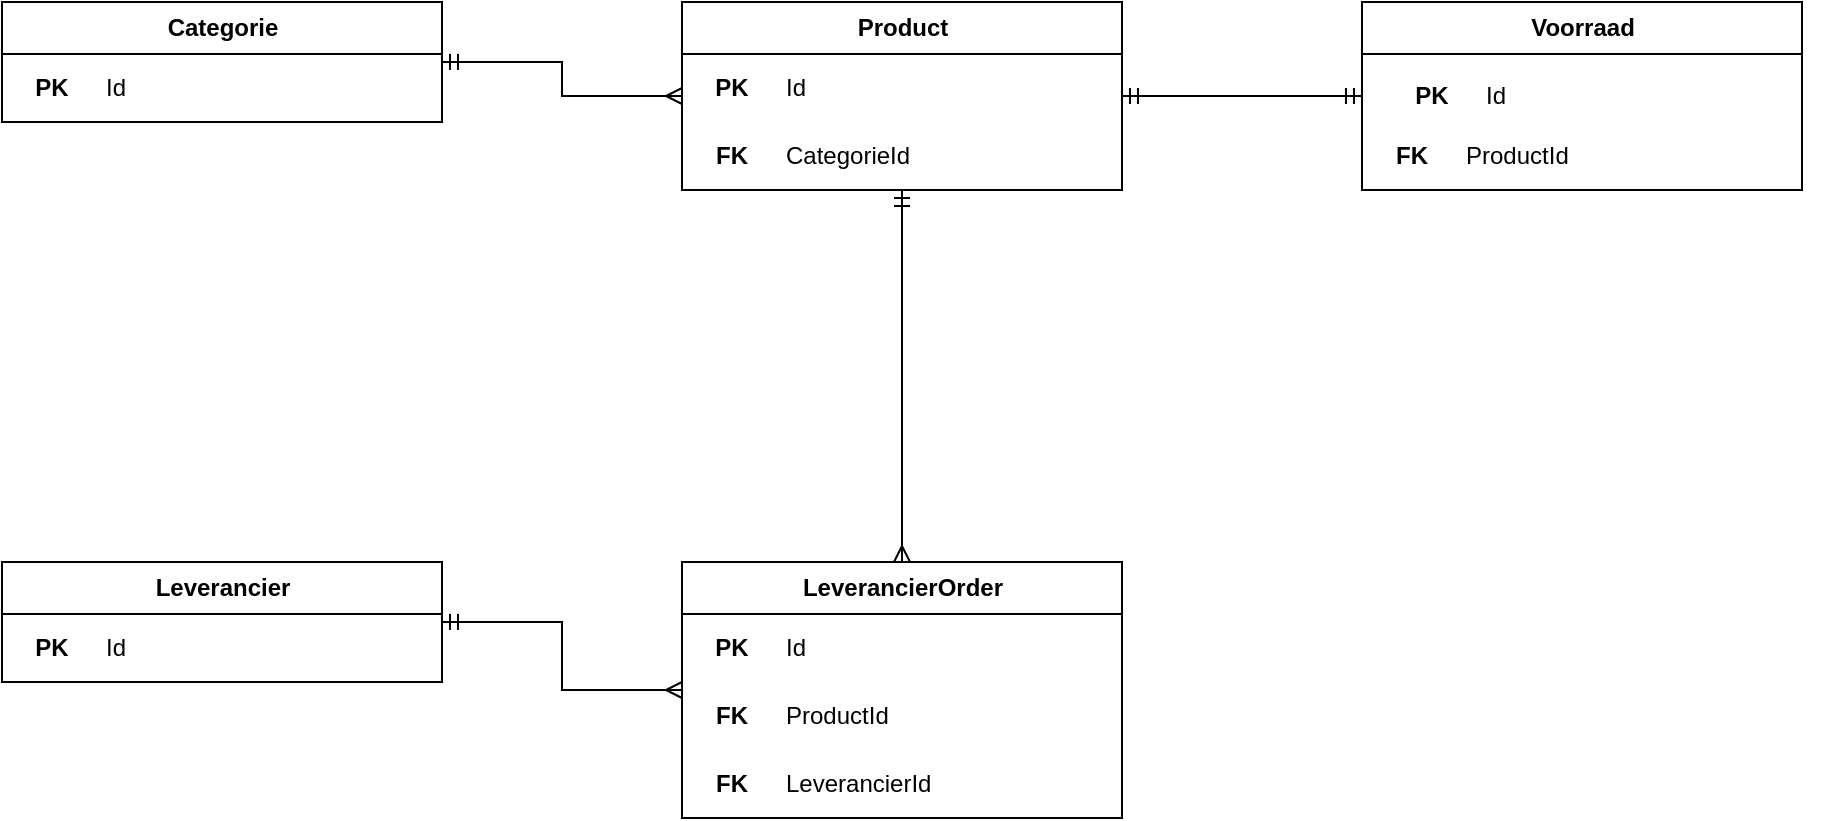
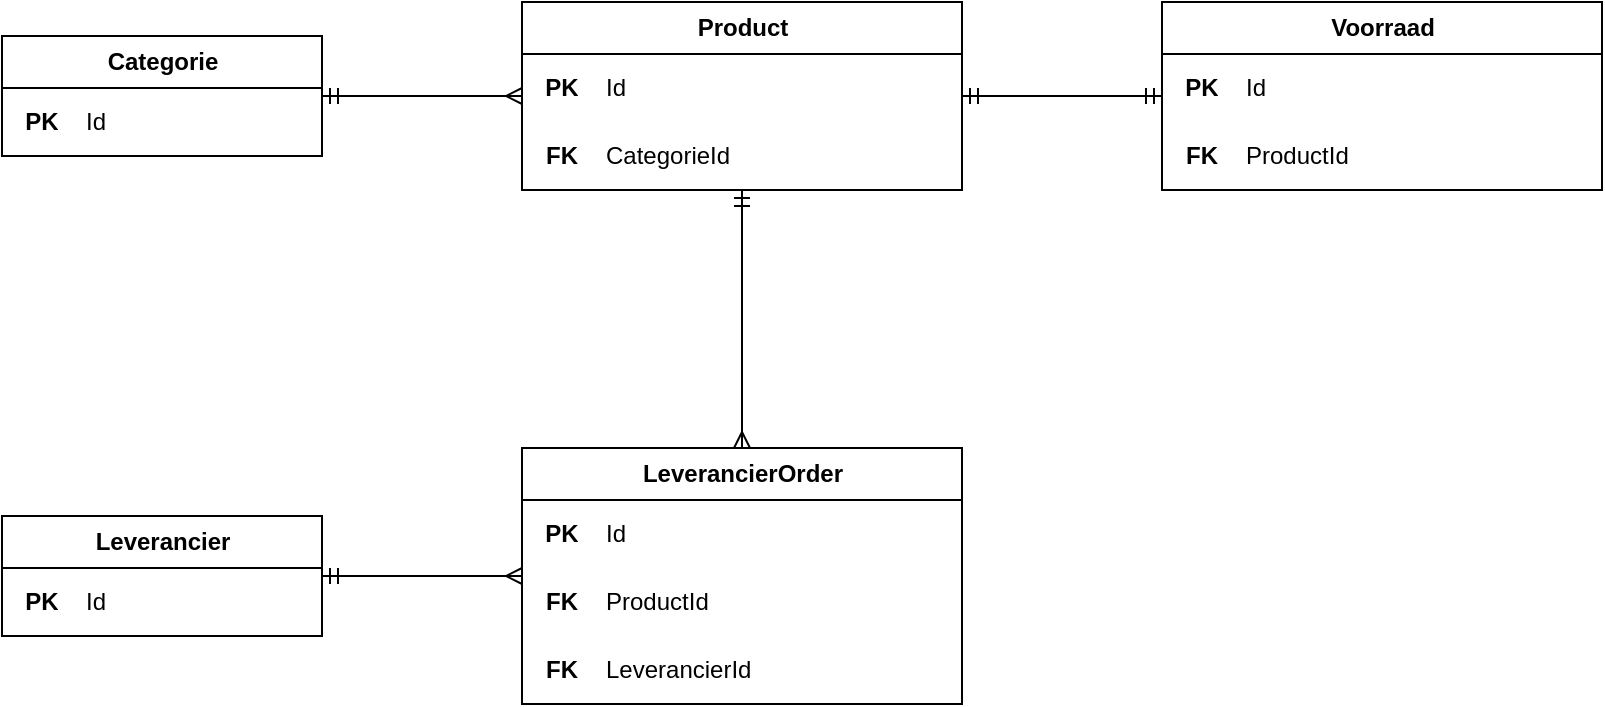
<mxfile host="65bd71144e">
    <diagram id="ProductERD" name="Product ERD">
-         <mxGraphModel dx="925" dy="1309" grid="1" gridSize="10" guides="1" tooltips="1" connect="1" arrows="1" fold="1" page="1" pageScale="1" pageWidth="827" pageHeight="1169" math="0" shadow="0">
+         <mxGraphModel dx="1212" dy="800" grid="1" gridSize="10" guides="1" tooltips="1" connect="1" arrows="1" fold="1" page="1" pageScale="1" pageWidth="827" pageHeight="1169" math="0" shadow="0">
            <root>
                <mxCell id="0"/>
                <mxCell id="1" parent="0"/>
+ 
+                 <!-- Table: Categorie -->
                <mxCell id="cat" value="Categorie" style="swimlane;childLayout=listLayout;collapsible=0;connectable=0;horizontal=1;startSize=26;fillColor=#ffffff;strokeColor=#000000;fontStyle=1;html=1;" parent="1" vertex="1">
-                     <mxGeometry x="60" y="60" width="220" height="60" as="geometry"/>
+                     <mxGeometry x="100" y="100" width="160" height="60" as="geometry"/>
                </mxCell>
-                 <mxCell id="cat_r1" value="" style="shape=partialRectangle;top=0;left=0;bottom=0;right=0;fillColor=none;align=left;verticalAlign=top;spacingLeft=4;spacingRight=4;overflow=hidden;rotatable=0;points=[];portConstraint=eastwest;html=1;" vertex="1" parent="cat">
+                 <mxCell id="cat_r1" value="" style="shape=partialRectangle;top=0;left=0;bottom=0;right=0;fillColor=none;align=left;verticalAlign=top;spacingLeft=4;spacingRight=4;overflow=hidden;rotatable=0;points=[];portConstraint=eastwest;html=1;" parent="cat" vertex="1">
+                     <mxGeometry y="26" width="160" height="34" as="geometry"/>
+                 </mxCell>
+                 <mxCell id="cat_r1_k" value="PK" style="shape=partialRectangle;top=0;left=0;bottom=0;right=0;fillColor=none;align=center;verticalAlign=middle;fontStyle=1;overflow=hidden;connectable=0;html=1;" parent="cat_r1" vertex="1">
+                     <mxGeometry width="40" height="34" as="geometry"/>
+                 </mxCell>
+                 <mxCell id="cat_r1_v" value="Id" style="shape=partialRectangle;top=0;left=0;bottom=0;right=0;fillColor=none;align=left;verticalAlign=middle;overflow=hidden;connectable=0;html=1;" parent="cat_r1" vertex="1">
+                     <mxGeometry x="40" width="120" height="34" as="geometry"/>
+                 </mxCell>
+ 
+                 <!-- Table: Product -->
+                 <mxCell id="prod" value="Product" style="swimlane;childLayout=listLayout;collapsible=0;connectable=0;horizontal=1;startSize=26;fillColor=#ffffff;strokeColor=#000000;fontStyle=1;html=1;" parent="1" vertex="1">
+                     <mxGeometry x="360" y="83" width="220" height="94" as="geometry"/>
+                 </mxCell>
+                 <mxCell id="prod_r1" value="" style="shape=partialRectangle;top=0;left=0;bottom=0;right=0;fillColor=none;align=left;verticalAlign=top;spacingLeft=4;spacingRight=4;overflow=hidden;rotatable=0;points=[];portConstraint=eastwest;html=1;" parent="prod" vertex="1">
                    <mxGeometry y="26" width="220" height="34" as="geometry"/>
                </mxCell>
-                 <mxCell id="cat_r1_k" value="PK" style="shape=partialRectangle;top=0;left=0;bottom=0;right=0;fillColor=none;align=center;verticalAlign=middle;fontStyle=1;overflow=hidden;connectable=0;html=1;" vertex="1" parent="cat_r1">
-                     <mxGeometry width="50" height="34" as="geometry"/>
+                 <mxCell id="prod_r1_k" value="PK" style="shape=partialRectangle;top=0;left=0;bottom=0;right=0;fillColor=none;align=center;verticalAlign=middle;fontStyle=1;overflow=hidden;connectable=0;html=1;" parent="prod_r1" vertex="1">
+                     <mxGeometry width="40" height="34" as="geometry"/>
                </mxCell>
-                 <mxCell id="cat_r1_v" value="Id" style="shape=partialRectangle;top=0;left=0;bottom=0;right=0;fillColor=none;align=left;verticalAlign=middle;overflow=hidden;connectable=0;html=1;" vertex="1" parent="cat_r1">
-                     <mxGeometry x="50" width="170" height="34" as="geometry"/>
+                 <mxCell id="prod_r1_v" value="Id" style="shape=partialRectangle;top=0;left=0;bottom=0;right=0;fillColor=none;align=left;verticalAlign=middle;overflow=hidden;connectable=0;html=1;" parent="prod_r1" vertex="1">
+                     <mxGeometry x="40" width="180" height="34" as="geometry"/>
                </mxCell>
-                 <mxCell id="prod" value="Product" style="swimlane;childLayout=listLayout;collapsible=0;connectable=0;horizontal=1;startSize=26;fillColor=#ffffff;strokeColor=#000000;fontStyle=1;html=1;" parent="1" vertex="1">
-                     <mxGeometry x="400" y="60" width="220" height="94" as="geometry"/>
+                 <mxCell id="prod_r2" value="" style="shape=partialRectangle;top=0;left=0;bottom=0;right=0;fillColor=none;align=left;verticalAlign=top;spacingLeft=4;spacingRight=4;overflow=hidden;rotatable=0;points=[];portConstraint=eastwest;html=1;" parent="prod" vertex="1">
+                     <mxGeometry y="60" width="220" height="34" as="geometry"/>
                </mxCell>
-                 <mxCell id="prod_r1" value="" style="shape=partialRectangle;top=0;left=0;bottom=0;right=0;fillColor=none;align=left;verticalAlign=top;spacingLeft=4;spacingRight=4;overflow=hidden;rotatable=0;points=[];portConstraint=eastwest;html=1;" vertex="1" parent="prod">
+                 <mxCell id="prod_r2_k" value="FK" style="shape=partialRectangle;top=0;left=0;bottom=0;right=0;fillColor=none;align=center;verticalAlign=middle;fontStyle=1;overflow=hidden;connectable=0;html=1;" parent="prod_r2" vertex="1">
+                     <mxGeometry width="40" height="34" as="geometry"/>
+                 </mxCell>
+                 <mxCell id="prod_r2_v" value="CategorieId" style="shape=partialRectangle;top=0;left=0;bottom=0;right=0;fillColor=none;align=left;verticalAlign=middle;overflow=hidden;connectable=0;html=1;" parent="prod_r2" vertex="1">
+                     <mxGeometry x="40" width="180" height="34" as="geometry"/>
+                 </mxCell>
+ 
+                 <!-- Table: Voorraad -->
+                 <mxCell id="voor" value="Voorraad" style="swimlane;childLayout=listLayout;collapsible=0;connectable=0;horizontal=1;startSize=26;fillColor=#ffffff;strokeColor=#000000;fontStyle=1;html=1;" parent="1" vertex="1">
+                     <mxGeometry x="680" y="83" width="220" height="94" as="geometry"/>
+                 </mxCell>
+                 <mxCell id="voor_r1" value="" style="shape=partialRectangle;top=0;left=0;bottom=0;right=0;fillColor=none;align=left;verticalAlign=top;spacingLeft=4;spacingRight=4;overflow=hidden;rotatable=0;points=[];portConstraint=eastwest;html=1;" parent="voor" vertex="1">
                    <mxGeometry y="26" width="220" height="34" as="geometry"/>
                </mxCell>
-                 <mxCell id="prod_r1_k" value="PK" style="shape=partialRectangle;top=0;left=0;bottom=0;right=0;fillColor=none;align=center;verticalAlign=middle;fontStyle=1;overflow=hidden;connectable=0;html=1;" vertex="1" parent="prod_r1">
-                     <mxGeometry width="50" height="34" as="geometry"/>
+                 <mxCell id="voor_r1_k" value="PK" style="shape=partialRectangle;top=0;left=0;bottom=0;right=0;fillColor=none;align=center;verticalAlign=middle;fontStyle=1;overflow=hidden;connectable=0;html=1;" parent="voor_r1" vertex="1">
+                     <mxGeometry width="40" height="34" as="geometry"/>
                </mxCell>
-                 <mxCell id="prod_r1_v" value="Id" style="shape=partialRectangle;top=0;left=0;bottom=0;right=0;fillColor=none;align=left;verticalAlign=middle;overflow=hidden;connectable=0;html=1;" vertex="1" parent="prod_r1">
-                     <mxGeometry x="50" width="170" height="34" as="geometry"/>
+                 <mxCell id="voor_r1_v" value="Id" style="shape=partialRectangle;top=0;left=0;bottom=0;right=0;fillColor=none;align=left;verticalAlign=middle;overflow=hidden;connectable=0;html=1;" parent="voor_r1" vertex="1">
+                     <mxGeometry x="40" width="180" height="34" as="geometry"/>
                </mxCell>
-                 <mxCell id="prod_r2" value="" style="shape=partialRectangle;top=0;left=0;bottom=0;right=0;fillColor=none;align=left;verticalAlign=top;spacingLeft=4;spacingRight=4;overflow=hidden;rotatable=0;points=[];portConstraint=eastwest;html=1;" vertex="1" parent="prod">
+                 <mxCell id="voor_r2" value="" style="shape=partialRectangle;top=0;left=0;bottom=0;right=0;fillColor=none;align=left;verticalAlign=top;spacingLeft=4;spacingRight=4;overflow=hidden;rotatable=0;points=[];portConstraint=eastwest;html=1;" parent="voor" vertex="1">
                    <mxGeometry y="60" width="220" height="34" as="geometry"/>
                </mxCell>
-                 <mxCell id="prod_r2_k" value="FK" style="shape=partialRectangle;top=0;left=0;bottom=0;right=0;fillColor=none;align=center;verticalAlign=middle;fontStyle=1;overflow=hidden;connectable=0;html=1;" vertex="1" parent="prod_r2">
-                     <mxGeometry width="50" height="34" as="geometry"/>
+                 <mxCell id="voor_r2_k" value="FK" style="shape=partialRectangle;top=0;left=0;bottom=0;right=0;fillColor=none;align=center;verticalAlign=middle;fontStyle=1;overflow=hidden;connectable=0;html=1;" parent="voor_r2" vertex="1">
+                     <mxGeometry width="40" height="34" as="geometry"/>
                </mxCell>
-                 <mxCell id="prod_r2_v" value="CategorieId" style="shape=partialRectangle;top=0;left=0;bottom=0;right=0;fillColor=none;align=left;verticalAlign=middle;overflow=hidden;connectable=0;html=1;" vertex="1" parent="prod_r2">
-                     <mxGeometry x="50" width="170" height="34" as="geometry"/>
+                 <mxCell id="voor_r2_v" value="ProductId" style="shape=partialRectangle;top=0;left=0;bottom=0;right=0;fillColor=none;align=left;verticalAlign=middle;overflow=hidden;connectable=0;html=1;" parent="voor_r2" vertex="1">
+                     <mxGeometry x="40" width="180" height="34" as="geometry"/>
                </mxCell>
-                 <mxCell id="voor" value="Voorraad" style="swimlane;childLayout=listLayout;collapsible=0;connectable=0;horizontal=1;startSize=26;fillColor=#ffffff;strokeColor=#000000;fontStyle=1;html=1;" parent="1" vertex="1">
-                     <mxGeometry x="740" y="60" width="220" height="94" as="geometry"/>
+ 
+                 <!-- Table: Leverancier -->
+                 <mxCell id="lev" value="Leverancier" style="swimlane;childLayout=listLayout;collapsible=0;connectable=0;horizontal=1;startSize=26;fillColor=#ffffff;strokeColor=#000000;fontStyle=1;html=1;" parent="1" vertex="1">
+                     <mxGeometry x="100" y="340" width="160" height="60" as="geometry"/>
                </mxCell>
-                 <mxCell id="voor_r1" value="" style="shape=partialRectangle;top=0;left=0;bottom=0;right=0;fillColor=none;align=left;verticalAlign=top;spacingLeft=4;spacingRight=4;overflow=hidden;rotatable=0;points=[];portConstraint=eastwest;html=1;" vertex="1" parent="voor">
-                     <mxGeometry x="10" y="30" width="220" height="34" as="geometry"/>
+                 <mxCell id="lev_r1" value="" style="shape=partialRectangle;top=0;left=0;bottom=0;right=0;fillColor=none;align=left;verticalAlign=top;spacingLeft=4;spacingRight=4;overflow=hidden;rotatable=0;points=[];portConstraint=eastwest;html=1;" parent="lev" vertex="1">
+                     <mxGeometry y="26" width="160" height="34" as="geometry"/>
                </mxCell>
-                 <mxCell id="voor_r1_k" value="PK" style="shape=partialRectangle;top=0;left=0;bottom=0;right=0;fillColor=none;align=center;verticalAlign=middle;fontStyle=1;overflow=hidden;connectable=0;html=1;" vertex="1" parent="voor_r1">
-                     <mxGeometry width="50" height="34" as="geometry"/>
+                 <mxCell id="lev_r1_k" value="PK" style="shape=partialRectangle;top=0;left=0;bottom=0;right=0;fillColor=none;align=center;verticalAlign=middle;fontStyle=1;overflow=hidden;connectable=0;html=1;" parent="lev_r1" vertex="1">
+                     <mxGeometry width="40" height="34" as="geometry"/>
                </mxCell>
-                 <mxCell id="voor_r1_v" value="Id" style="shape=partialRectangle;top=0;left=0;bottom=0;right=0;fillColor=none;align=left;verticalAlign=middle;overflow=hidden;connectable=0;html=1;" vertex="1" parent="voor_r1">
-                     <mxGeometry x="50" width="170" height="34" as="geometry"/>
+                 <mxCell id="lev_r1_v" value="Id" style="shape=partialRectangle;top=0;left=0;bottom=0;right=0;fillColor=none;align=left;verticalAlign=middle;overflow=hidden;connectable=0;html=1;" parent="lev_r1" vertex="1">
+                     <mxGeometry x="40" width="120" height="34" as="geometry"/>
                </mxCell>
-                 <mxCell id="voor_r2" value="" style="shape=partialRectangle;top=0;left=0;bottom=0;right=0;fillColor=none;align=left;verticalAlign=top;spacingLeft=4;spacingRight=4;overflow=hidden;rotatable=0;points=[];portConstraint=eastwest;html=1;" vertex="1" parent="voor">
+ 
+                 <!-- Table: LeverancierOrder -->
+                 <mxCell id="order" value="LeverancierOrder" style="swimlane;childLayout=listLayout;collapsible=0;connectable=0;horizontal=1;startSize=26;fillColor=#ffffff;strokeColor=#000000;fontStyle=1;html=1;" parent="1" vertex="1">
+                     <mxGeometry x="360" y="306" width="220" height="128" as="geometry"/>
+                 </mxCell>
+                 <mxCell id="order_r1" value="" style="shape=partialRectangle;top=0;left=0;bottom=0;right=0;fillColor=none;align=left;verticalAlign=top;spacingLeft=4;spacingRight=4;overflow=hidden;rotatable=0;points=[];portConstraint=eastwest;html=1;" parent="order" vertex="1">
+                     <mxGeometry y="26" width="220" height="34" as="geometry"/>
+                 </mxCell>
+                 <mxCell id="order_r1_k" value="PK" style="shape=partialRectangle;top=0;left=0;bottom=0;right=0;fillColor=none;align=center;verticalAlign=middle;fontStyle=1;overflow=hidden;connectable=0;html=1;" parent="order_r1" vertex="1">
+                     <mxGeometry width="40" height="34" as="geometry"/>
+                 </mxCell>
+                 <mxCell id="order_r1_v" value="Id" style="shape=partialRectangle;top=0;left=0;bottom=0;right=0;fillColor=none;align=left;verticalAlign=middle;overflow=hidden;connectable=0;html=1;" parent="order_r1" vertex="1">
+                     <mxGeometry x="40" width="180" height="34" as="geometry"/>
+                 </mxCell>
+                 <mxCell id="order_r2" value="" style="shape=partialRectangle;top=0;left=0;bottom=0;right=0;fillColor=none;align=left;verticalAlign=top;spacingLeft=4;spacingRight=4;overflow=hidden;rotatable=0;points=[];portConstraint=eastwest;html=1;" parent="order" vertex="1">
                    <mxGeometry y="60" width="220" height="34" as="geometry"/>
                </mxCell>
-                 <mxCell id="voor_r2_k" value="FK" style="shape=partialRectangle;top=0;left=0;bottom=0;right=0;fillColor=none;align=center;verticalAlign=middle;fontStyle=1;overflow=hidden;connectable=0;html=1;" vertex="1" parent="voor_r2">
-                     <mxGeometry width="50" height="34" as="geometry"/>
+                 <mxCell id="order_r2_k" value="FK" style="shape=partialRectangle;top=0;left=0;bottom=0;right=0;fillColor=none;align=center;verticalAlign=middle;fontStyle=1;overflow=hidden;connectable=0;html=1;" parent="order_r2" vertex="1">
+                     <mxGeometry width="40" height="34" as="geometry"/>
                </mxCell>
-                 <mxCell id="voor_r2_v" value="ProductId" style="shape=partialRectangle;top=0;left=0;bottom=0;right=0;fillColor=none;align=left;verticalAlign=middle;overflow=hidden;connectable=0;html=1;" vertex="1" parent="voor_r2">
-                     <mxGeometry x="50" width="170" height="34" as="geometry"/>
+                 <mxCell id="order_r2_v" value="ProductId" style="shape=partialRectangle;top=0;left=0;bottom=0;right=0;fillColor=none;align=left;verticalAlign=middle;overflow=hidden;connectable=0;html=1;" parent="order_r2" vertex="1">
+                     <mxGeometry x="40" width="180" height="34" as="geometry"/>
                </mxCell>
-                 <mxCell id="lev" value="Leverancier" style="swimlane;childLayout=listLayout;collapsible=0;connectable=0;horizontal=1;startSize=26;fillColor=#ffffff;strokeColor=#000000;fontStyle=1;html=1;" parent="1" vertex="1">
-                     <mxGeometry x="60" y="340" width="220" height="60" as="geometry"/>
-                 </mxCell>
-                 <mxCell id="lev_r1" value="" style="shape=partialRectangle;top=0;left=0;bottom=0;right=0;fillColor=none;align=left;verticalAlign=top;spacingLeft=4;spacingRight=4;overflow=hidden;rotatable=0;points=[];portConstraint=eastwest;html=1;" vertex="1" parent="lev">
-                     <mxGeometry y="26" width="220" height="34" as="geometry"/>
-                 </mxCell>
-                 <mxCell id="lev_r1_k" value="PK" style="shape=partialRectangle;top=0;left=0;bottom=0;right=0;fillColor=none;align=center;verticalAlign=middle;fontStyle=1;overflow=hidden;connectable=0;html=1;" vertex="1" parent="lev_r1">
-                     <mxGeometry width="50" height="34" as="geometry"/>
-                 </mxCell>
-                 <mxCell id="lev_r1_v" value="Id" style="shape=partialRectangle;top=0;left=0;bottom=0;right=0;fillColor=none;align=left;verticalAlign=middle;overflow=hidden;connectable=0;html=1;" vertex="1" parent="lev_r1">
-                     <mxGeometry x="50" width="170" height="34" as="geometry"/>
-                 </mxCell>
-                 <mxCell id="order" value="LeverancierOrder" style="swimlane;childLayout=listLayout;collapsible=0;connectable=0;horizontal=1;startSize=26;fillColor=#ffffff;strokeColor=#000000;fontStyle=1;html=1;" parent="1" vertex="1">
-                     <mxGeometry x="400" y="340" width="220" height="128" as="geometry"/>
-                 </mxCell>
-                 <mxCell id="order_r1" value="" style="shape=partialRectangle;top=0;left=0;bottom=0;right=0;fillColor=none;align=left;verticalAlign=top;spacingLeft=4;spacingRight=4;overflow=hidden;rotatable=0;points=[];portConstraint=eastwest;html=1;" vertex="1" parent="order">
-                     <mxGeometry y="26" width="220" height="34" as="geometry"/>
-                 </mxCell>
-                 <mxCell id="order_r1_k" value="PK" style="shape=partialRectangle;top=0;left=0;bottom=0;right=0;fillColor=none;align=center;verticalAlign=middle;fontStyle=1;overflow=hidden;connectable=0;html=1;" vertex="1" parent="order_r1">
-                     <mxGeometry width="50" height="34" as="geometry"/>
-                 </mxCell>
-                 <mxCell id="order_r1_v" value="Id" style="shape=partialRectangle;top=0;left=0;bottom=0;right=0;fillColor=none;align=left;verticalAlign=middle;overflow=hidden;connectable=0;html=1;" vertex="1" parent="order_r1">
-                     <mxGeometry x="50" width="170" height="34" as="geometry"/>
-                 </mxCell>
-                 <mxCell id="order_r2" value="" style="shape=partialRectangle;top=0;left=0;bottom=0;right=0;fillColor=none;align=left;verticalAlign=top;spacingLeft=4;spacingRight=4;overflow=hidden;rotatable=0;points=[];portConstraint=eastwest;html=1;" vertex="1" parent="order">
-                     <mxGeometry y="60" width="220" height="34" as="geometry"/>
-                 </mxCell>
-                 <mxCell id="order_r2_k" value="FK" style="shape=partialRectangle;top=0;left=0;bottom=0;right=0;fillColor=none;align=center;verticalAlign=middle;fontStyle=1;overflow=hidden;connectable=0;html=1;" vertex="1" parent="order_r2">
-                     <mxGeometry width="50" height="34" as="geometry"/>
-                 </mxCell>
-                 <mxCell id="order_r2_v" value="ProductId" style="shape=partialRectangle;top=0;left=0;bottom=0;right=0;fillColor=none;align=left;verticalAlign=middle;overflow=hidden;connectable=0;html=1;" vertex="1" parent="order_r2">
-                     <mxGeometry x="50" width="170" height="34" as="geometry"/>
-                 </mxCell>
-                 <mxCell id="order_r3" value="" style="shape=partialRectangle;top=0;left=0;bottom=0;right=0;fillColor=none;align=left;verticalAlign=top;spacingLeft=4;spacingRight=4;overflow=hidden;rotatable=0;points=[];portConstraint=eastwest;html=1;" vertex="1" parent="order">
+                 <mxCell id="order_r3" value="" style="shape=partialRectangle;top=0;left=0;bottom=0;right=0;fillColor=none;align=left;verticalAlign=top;spacingLeft=4;spacingRight=4;overflow=hidden;rotatable=0;points=[];portConstraint=eastwest;html=1;" parent="order" vertex="1">
                    <mxGeometry y="94" width="220" height="34" as="geometry"/>
                </mxCell>
-                 <mxCell id="order_r3_k" value="FK" style="shape=partialRectangle;top=0;left=0;bottom=0;right=0;fillColor=none;align=center;verticalAlign=middle;fontStyle=1;overflow=hidden;connectable=0;html=1;" vertex="1" parent="order_r3">
-                     <mxGeometry width="50" height="34" as="geometry"/>
+                 <mxCell id="order_r3_k" value="FK" style="shape=partialRectangle;top=0;left=0;bottom=0;right=0;fillColor=none;align=center;verticalAlign=middle;fontStyle=1;overflow=hidden;connectable=0;html=1;" parent="order_r3" vertex="1">
+                     <mxGeometry width="40" height="34" as="geometry"/>
                </mxCell>
-                 <mxCell id="order_r3_v" value="LeverancierId" style="shape=partialRectangle;top=0;left=0;bottom=0;right=0;fillColor=none;align=left;verticalAlign=middle;overflow=hidden;connectable=0;html=1;" vertex="1" parent="order_r3">
-                     <mxGeometry x="50" width="170" height="34" as="geometry"/>
+                 <mxCell id="order_r3_v" value="LeverancierId" style="shape=partialRectangle;top=0;left=0;bottom=0;right=0;fillColor=none;align=left;verticalAlign=middle;overflow=hidden;connectable=0;html=1;" parent="order_r3" vertex="1">
+                     <mxGeometry x="40" width="180" height="34" as="geometry"/>
                </mxCell>
-                 <mxCell id="rel1" style="edgeStyle=orthogonalEdgeStyle;rounded=0;html=1;exitX=1;exitY=0.5;entryX=0;entryY=0.5;strokeColor=#000000;strokeWidth=1;startArrow=ERmandOne;endArrow=ERmany;" edge="1" parent="1" source="cat" target="prod">
+ 
+                 <!-- Relations (Cleaned up exit/entry coordinates to make lines straight) -->
+                 <!-- Categorie (1) to Product (*) -->
+                 <mxCell id="rel1" style="edgeStyle=orthogonalEdgeStyle;rounded=0;html=1;exitX=1;exitY=0.5;exitDx=0;exitDy=0;entryX=0;entryY=0.5;entryDx=0;entryDy=0;strokeColor=#000000;strokeWidth=1;startArrow=ERmandOne;endArrow=ERmany;" parent="1" source="cat" target="prod" edge="1">
                    <mxGeometry relative="1" as="geometry"/>
                </mxCell>
-                 <mxCell id="rel2" style="edgeStyle=orthogonalEdgeStyle;rounded=0;html=1;exitX=1;exitY=0.5;entryX=0;entryY=0.5;strokeColor=#000000;strokeWidth=1;startArrow=ERmandOne;endArrow=ERmandOne;" edge="1" parent="1" source="prod" target="voor">
+ 
+                 <!-- Product (1) to Voorraad (1) -->
+                 <mxCell id="rel2" style="edgeStyle=orthogonalEdgeStyle;rounded=0;html=1;exitX=1;exitY=0.5;exitDx=0;exitDy=0;entryX=0;entryY=0.5;entryDx=0;entryDy=0;strokeColor=#000000;strokeWidth=1;startArrow=ERmandOne;endArrow=ERmandOne;" parent="1" source="prod" target="voor" edge="1">
                    <mxGeometry relative="1" as="geometry"/>
                </mxCell>
-                 <mxCell id="rel3" style="edgeStyle=orthogonalEdgeStyle;rounded=0;html=1;exitX=0.5;exitY=1;entryX=0.5;entryY=0;strokeColor=#000000;strokeWidth=1;startArrow=ERmandOne;endArrow=ERmany;" edge="1" parent="1" source="prod" target="order">
+ 
+                 <!-- Product (1) to LeverancierOrder (*) -->
+                 <mxCell id="rel3" style="edgeStyle=orthogonalEdgeStyle;rounded=0;html=1;exitX=0.5;exitY=1;exitDx=0;exitDy=0;entryX=0.5;entryY=0;entryDx=0;entryDy=0;strokeColor=#000000;strokeWidth=1;startArrow=ERmandOne;endArrow=ERmany;" parent="1" source="prod" target="order" edge="1">
                    <mxGeometry relative="1" as="geometry"/>
                </mxCell>
-                 <mxCell id="rel4" style="edgeStyle=orthogonalEdgeStyle;rounded=0;html=1;exitX=1;exitY=0.5;entryX=0;entryY=0.5;strokeColor=#000000;strokeWidth=1;startArrow=ERmandOne;endArrow=ERmany;" edge="1" parent="1" source="lev" target="order">
+ 
+                 <!-- Leverancier (1) to LeverancierOrder (*) -->
+                 <mxCell id="rel4" style="edgeStyle=orthogonalEdgeStyle;rounded=0;html=1;exitX=1;exitY=0.5;exitDx=0;exitDy=0;entryX=0;entryY=0.5;entryDx=0;entryDy=0;strokeColor=#000000;strokeWidth=1;startArrow=ERmandOne;endArrow=ERmany;" parent="1" source="lev" target="order" edge="1">
                    <mxGeometry relative="1" as="geometry"/>
                </mxCell>
+ 
            </root>
        </mxGraphModel>
    </diagram>
</mxfile>